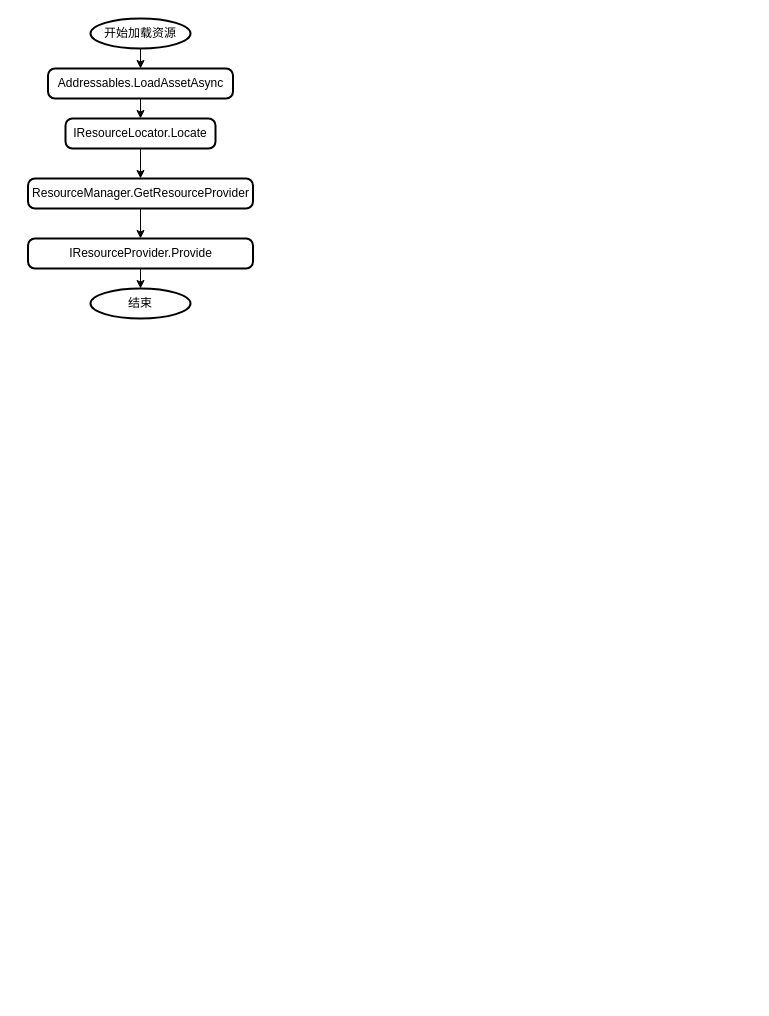
Before: 未命名绘图.drawio in lixiandea/picBed, a draw.io diagram. Source tidied: cells renumbered, new cells numbered last; positions are measured from the earlier drawing's top-left corner, leaving out a move shared by most shapes. Both pictures are drawn from the tidied source at 100%, with x=0, y=0 at pixel (28, 18).
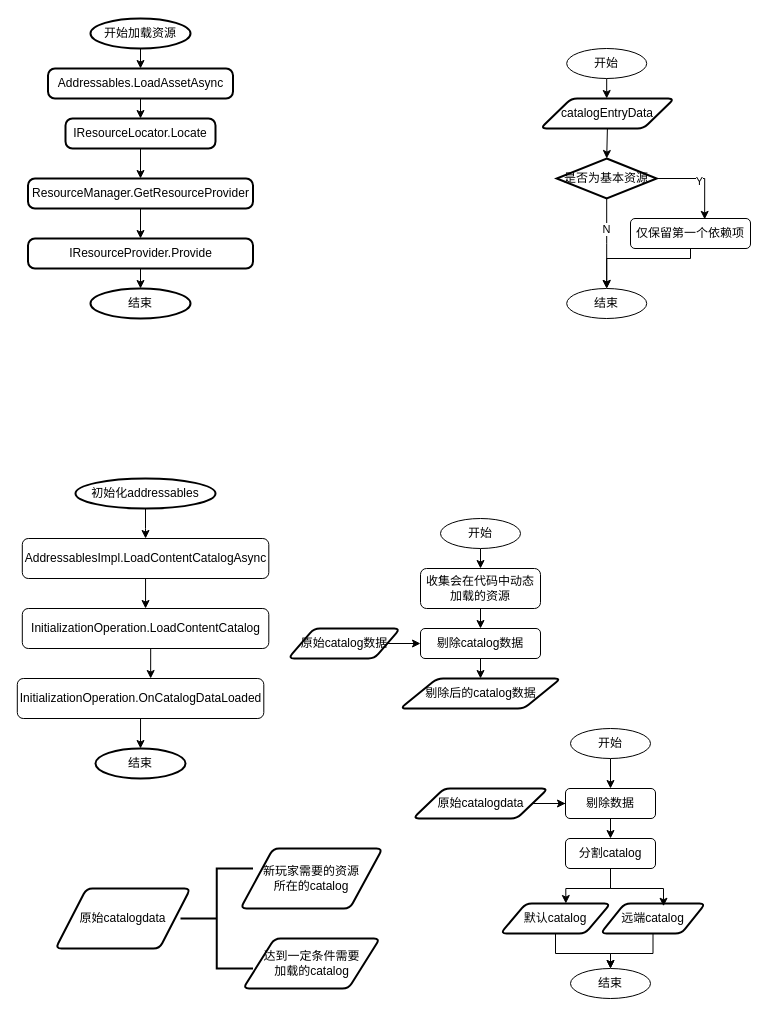
After the change.

Commit message:
更新未命名绘图.drawio

Change to the diagram source:
```diff
@@
+    <mxCell id="13" style="edgeStyle=orthogonalEdgeStyle;rounded=0;jettySize=auto;html=1;exitX=0.5;exitY=1;exitDx=0;exitDy=0;exitPerimeter=0;" parent="1" edge="1" source="14" target="16">
+      <mxGeometry relative="1" as="geometry" />
+    </mxCell>
+    <mxCell id="14" value="初始化addressables" style="strokeWidth=2;html=1;shape=mxgraph.flowchart.start_1;whiteSpace=wrap;" parent="1" vertex="1">
+      <mxGeometry x="47" y="460" width="140" height="30" as="geometry" />
+    </mxCell>
+    <mxCell id="15" style="edgeStyle=orthogonalEdgeStyle;rounded=0;jettySize=auto;html=1;exitX=0.5;exitY=1;exitDx=0;exitDy=0;entryX=0.5;entryY=0;entryDx=0;entryDy=0;" parent="1" edge="1" source="16" target="17">
+      <mxGeometry relative="1" as="geometry" />
+    </mxCell>
+    <mxCell id="16" value="AddressablesImpl.LoadContentCatalogAsync" style="rounded=1;whiteSpace=wrap;html=1;" parent="1" vertex="1">
+      <mxGeometry x="-6.2" y="520" width="246.5" height="40" as="geometry" />
+    </mxCell>
+    <mxCell id="17" value="InitializationOperation.LoadContentCatalog" style="rounded=1;whiteSpace=wrap;html=1;" parent="1" vertex="1">
+      <mxGeometry x="-6.2" y="590" width="246.5" height="40" as="geometry" />
+    </mxCell>
+    <mxCell id="18" value="InitializationOperation.OnCatalogDataLoaded" style="rounded=1;whiteSpace=wrap;html=1;" parent="1" vertex="1">
+      <mxGeometry x="-11.2" y="660" width="246.5" height="40" as="geometry" />
+    </mxCell>
+    <mxCell id="19" value="结束" style="strokeWidth=2;html=1;shape=mxgraph.flowchart.start_1;whiteSpace=wrap;" parent="1" vertex="1">
+      <mxGeometry x="67" y="730" width="90" height="30" as="geometry" />
+    </mxCell>
+    <mxCell id="20" style="edgeStyle=orthogonalEdgeStyle;rounded=0;jettySize=auto;html=1;exitX=0.5;exitY=1;exitDx=0;exitDy=0;entryX=0.541;entryY=0;entryDx=0;entryDy=0;entryPerimeter=0;" parent="1" edge="1" source="17" target="18">
+      <mxGeometry relative="1" as="geometry" />
+    </mxCell>
+    <mxCell id="21" style="edgeStyle=orthogonalEdgeStyle;rounded=0;jettySize=auto;html=1;exitX=0.5;exitY=1;exitDx=0;exitDy=0;entryX=0.5;entryY=0;entryDx=0;entryDy=0;entryPerimeter=0;" parent="1" edge="1" source="18" target="19">
+      <mxGeometry relative="1" as="geometry" />
+    </mxCell>
+    <mxCell id="22" value="原始catalogdata" style="shape=parallelogram;html=1;strokeWidth=2;perimeter=parallelogramPerimeter;whiteSpace=wrap;rounded=1;arcSize=12;size=0.23;" parent="1" vertex="1">
+      <mxGeometry x="27" y="870" width="135" height="60" as="geometry" />
+    </mxCell>
+    <mxCell id="23" style="strokeWidth=2;html=1;shape=mxgraph.flowchart.annotation_2;align=left;labelPosition=right;" parent="1" vertex="1">
+      <mxGeometry x="152" y="850" width="72.5" height="100" as="geometry" />
+    </mxCell>
+    <mxCell id="24" value="新玩家需要的资源&lt;br&gt;所在的catalog" style="shape=parallelogram;html=1;strokeWidth=2;perimeter=parallelogramPerimeter;whiteSpace=wrap;rounded=1;arcSize=12;size=0.23;" parent="1" vertex="1">
+      <mxGeometry x="212" y="830" width="142" height="60" as="geometry" />
+    </mxCell>
+    <mxCell id="25" value="达到一定条件需要&lt;br&gt;加载的catalog" style="shape=parallelogram;html=1;strokeWidth=2;perimeter=parallelogramPerimeter;whiteSpace=wrap;rounded=1;arcSize=12;size=0.23;" parent="1" vertex="1">
+      <mxGeometry x="214.6" y="920" width="136.8" height="50" as="geometry" />
+    </mxCell>
+    <mxCell id="26" style="edgeStyle=orthogonalEdgeStyle;rounded=0;jettySize=auto;html=1;exitX=0.5;exitY=1;exitDx=0;exitDy=0;entryX=0.5;entryY=0;entryDx=0;entryDy=0;" parent="1" edge="1" source="27" target="29">
+      <mxGeometry relative="1" as="geometry" />
+    </mxCell>
+    <mxCell id="27" value="开始" style="ellipse;whiteSpace=wrap;html=1;" parent="1" vertex="1">
+      <mxGeometry x="412" y="500" width="80" height="30" as="geometry" />
+    </mxCell>
+    <mxCell id="28" style="edgeStyle=orthogonalEdgeStyle;rounded=0;jettySize=auto;html=1;exitX=0.5;exitY=1;exitDx=0;exitDy=0;entryX=0.5;entryY=0;entryDx=0;entryDy=0;" parent="1" edge="1" source="29" target="31">
+      <mxGeometry relative="1" as="geometry" />
+    </mxCell>
+    <mxCell id="29" value="收集会在代码中动态加载的资源" style="rounded=1;whiteSpace=wrap;html=1;" parent="1" vertex="1">
+      <mxGeometry x="392" y="550" width="120" height="40" as="geometry" />
+    </mxCell>
+    <mxCell id="30" style="edgeStyle=orthogonalEdgeStyle;rounded=0;jettySize=auto;html=1;exitX=0.5;exitY=1;exitDx=0;exitDy=0;entryX=0.5;entryY=0;entryDx=0;entryDy=0;" parent="1" edge="1" source="31" target="34">
+      <mxGeometry relative="1" as="geometry" />
+    </mxCell>
+    <mxCell id="31" value="剔除catalog数据" style="rounded=1;whiteSpace=wrap;html=1;" parent="1" vertex="1">
+      <mxGeometry x="392" y="610" width="120" height="30" as="geometry" />
+    </mxCell>
+    <mxCell id="32" style="edgeStyle=orthogonalEdgeStyle;rounded=0;jettySize=auto;html=1;exitX=1;exitY=0.5;exitDx=0;exitDy=0;entryX=0;entryY=0.5;entryDx=0;entryDy=0;" parent="1" edge="1" source="33" target="31">
+      <mxGeometry relative="1" as="geometry" />
+    </mxCell>
+    <mxCell id="33" value="原始catalog数据" style="shape=parallelogram;html=1;strokeWidth=2;perimeter=parallelogramPerimeter;whiteSpace=wrap;rounded=1;arcSize=12;size=0.23;" parent="1" vertex="1">
+      <mxGeometry x="259.7" y="610" width="112" height="30" as="geometry" />
+    </mxCell>
+    <mxCell id="34" value="剔除后的catalog数据" style="shape=parallelogram;html=1;strokeWidth=2;perimeter=parallelogramPerimeter;whiteSpace=wrap;rounded=1;arcSize=12;size=0.23;" parent="1" vertex="1">
+      <mxGeometry x="371.7" y="660" width="160.6" height="30" as="geometry" />
+    </mxCell>
+    <mxCell id="35" style="edgeStyle=orthogonalEdgeStyle;rounded=0;jettySize=auto;html=1;" parent="1" edge="1" source="36" target="40">
+      <mxGeometry relative="1" as="geometry" />
+    </mxCell>
+    <mxCell id="36" value="开始" style="ellipse;whiteSpace=wrap;html=1;" parent="1" vertex="1">
+      <mxGeometry x="542" y="710" width="80" height="30" as="geometry" />
+    </mxCell>
+    <mxCell id="37" style="edgeStyle=orthogonalEdgeStyle;rounded=0;jettySize=auto;html=1;exitX=1;exitY=0.5;exitDx=0;exitDy=0;" parent="1" edge="1" source="38" target="40">
+      <mxGeometry relative="1" as="geometry" />
+    </mxCell>
+    <mxCell id="38" value="原始catalogdata" style="shape=parallelogram;html=1;strokeWidth=2;perimeter=parallelogramPerimeter;whiteSpace=wrap;rounded=1;arcSize=12;size=0.23;" parent="1" vertex="1">
+      <mxGeometry x="384.5" y="770" width="135" height="30" as="geometry" />
+    </mxCell>
+    <mxCell id="39" style="edgeStyle=orthogonalEdgeStyle;rounded=0;jettySize=auto;html=1;exitX=0.5;exitY=1;exitDx=0;exitDy=0;entryX=0.5;entryY=0;entryDx=0;entryDy=0;" parent="1" edge="1" source="40" target="41">
+      <mxGeometry relative="1" as="geometry" />
+    </mxCell>
+    <mxCell id="40" value="剔除数据" style="rounded=1;whiteSpace=wrap;html=1;" parent="1" vertex="1">
+      <mxGeometry x="537" y="770" width="90" height="30" as="geometry" />
+    </mxCell>
+    <mxCell id="41" value="分割catalog" style="rounded=1;whiteSpace=wrap;html=1;" parent="1" vertex="1">
+      <mxGeometry x="537" y="820" width="90" height="30" as="geometry" />
+    </mxCell>
+    <mxCell id="42" style="edgeStyle=orthogonalEdgeStyle;rounded=0;jettySize=auto;html=1;exitX=0.5;exitY=1;exitDx=0;exitDy=0;entryX=0.5;entryY=0;entryDx=0;entryDy=0;" parent="1" edge="1" source="43" target="48">
+      <mxGeometry relative="1" as="geometry" />
+    </mxCell>
+    <mxCell id="43" value="默认catalog" style="shape=parallelogram;html=1;strokeWidth=2;perimeter=parallelogramPerimeter;whiteSpace=wrap;rounded=1;arcSize=12;size=0.23;" parent="1" vertex="1">
+      <mxGeometry x="472" y="885" width="110" height="30" as="geometry" />
+    </mxCell>
+    <mxCell id="44" style="edgeStyle=orthogonalEdgeStyle;rounded=0;jettySize=auto;html=1;exitX=0.5;exitY=1;exitDx=0;exitDy=0;entryX=0.5;entryY=0;entryDx=0;entryDy=0;" parent="1" edge="1" source="45" target="48">
+      <mxGeometry relative="1" as="geometry" />
+    </mxCell>
+    <mxCell id="45" value="远端catalog" style="shape=parallelogram;html=1;strokeWidth=2;perimeter=parallelogramPerimeter;whiteSpace=wrap;rounded=1;arcSize=12;size=0.23;" parent="1" vertex="1">
+      <mxGeometry x="572" y="885" width="105" height="30" as="geometry" />
+    </mxCell>
+    <mxCell id="46" style="edgeStyle=orthogonalEdgeStyle;rounded=0;jettySize=auto;html=1;exitX=0.5;exitY=1;exitDx=0;exitDy=0;entryX=0.594;entryY=0;entryDx=0;entryDy=0;entryPerimeter=0;" parent="1" edge="1" source="41" target="43">
+      <mxGeometry relative="1" as="geometry" />
+    </mxCell>
+    <mxCell id="47" style="edgeStyle=orthogonalEdgeStyle;rounded=0;jettySize=auto;html=1;exitX=0.5;exitY=1;exitDx=0;exitDy=0;entryX=0.6;entryY=0.092;entryDx=0;entryDy=0;entryPerimeter=0;" parent="1" edge="1" source="41" target="45">
+      <mxGeometry relative="1" as="geometry" />
+    </mxCell>
+    <mxCell id="48" value="结束" style="ellipse;whiteSpace=wrap;html=1;" parent="1" vertex="1">
+      <mxGeometry x="542" y="950" width="80" height="30" as="geometry" />
+    </mxCell>
+    <mxCell id="49" style="edgeStyle=orthogonalEdgeStyle;rounded=0;jettySize=auto;html=1;" parent="1" edge="1" source="50">
+      <mxGeometry relative="1" as="geometry">
+        <mxPoint x="578" y="80" as="targetPoint" />
+      </mxGeometry>
+    </mxCell>
+    <mxCell id="50" value="开始" style="ellipse;whiteSpace=wrap;html=1;" parent="1" vertex="1">
+      <mxGeometry x="538.2" y="30" width="80" height="30" as="geometry" />
+    </mxCell>
+    <mxCell id="51" value="catalogEntryData" style="shape=parallelogram;html=1;strokeWidth=2;perimeter=parallelogramPerimeter;whiteSpace=wrap;rounded=1;arcSize=12;size=0.23;" parent="1" vertex="1">
+      <mxGeometry x="512" y="80" width="133.8" height="30" as="geometry" />
+    </mxCell>
+    <mxCell id="52" style="edgeStyle=orthogonalEdgeStyle;rounded=0;jettySize=auto;html=1;exitX=0.5;exitY=1;exitDx=0;exitDy=0;exitPerimeter=0;entryX=0.5;entryY=0;entryDx=0;entryDy=0;" parent="1" edge="1" source="56">
+      <mxGeometry relative="1" as="geometry">
+        <mxPoint x="578.2" y="270" as="targetPoint" />
+      </mxGeometry>
+    </mxCell>
+    <mxCell id="53" value="N" style="edgeLabel;html=1;align=center;verticalAlign=middle;" parent="52" vertex="1">
+      <mxGeometry x="-0.34" y="-1" relative="1" as="geometry" />
+    </mxCell>
+    <mxCell id="54" style="edgeStyle=orthogonalEdgeStyle;rounded=0;jettySize=auto;html=1;exitX=1;exitY=0.5;exitDx=0;exitDy=0;exitPerimeter=0;entryX=0.618;entryY=0.029;entryDx=0;entryDy=0;entryPerimeter=0;" parent="1" edge="1" source="56" target="59">
+      <mxGeometry relative="1" as="geometry" />
+    </mxCell>
+    <mxCell id="55" value="Y" style="edgeLabel;html=1;align=center;verticalAlign=middle;" parent="54" vertex="1">
+      <mxGeometry x="-0.05" y="-2" relative="1" as="geometry" />
+    </mxCell>
+    <mxCell id="56" value="是否为基本资源" style="strokeWidth=2;html=1;shape=mxgraph.flowchart.decision;whiteSpace=wrap;" parent="1" vertex="1">
+      <mxGeometry x="528.2" y="140" width="100" height="40" as="geometry" />
+    </mxCell>
+    <mxCell id="57" style="edgeStyle=orthogonalEdgeStyle;rounded=0;jettySize=auto;html=1;exitX=0.5;exitY=1;exitDx=0;exitDy=0;entryX=0.5;entryY=0;entryDx=0;entryDy=0;entryPerimeter=0;" parent="1" edge="1" source="51" target="56">
+      <mxGeometry relative="1" as="geometry" />
+    </mxCell>
+    <mxCell id="58" style="edgeStyle=orthogonalEdgeStyle;rounded=0;jettySize=auto;html=1;exitX=0.5;exitY=1;exitDx=0;exitDy=0;entryX=0.5;entryY=0;entryDx=0;entryDy=0;" parent="1" edge="1" source="59">
+      <mxGeometry relative="1" as="geometry">
+        <mxPoint x="578.2" y="270" as="targetPoint" />
+        <Array as="points">
+          <mxPoint x="662" y="240" />
+          <mxPoint x="578" y="240" />
+        </Array>
+      </mxGeometry>
+    </mxCell>
+    <mxCell id="59" value="仅保留第一个依赖项" style="rounded=1;whiteSpace=wrap;html=1;" parent="1" vertex="1">
+      <mxGeometry x="602" y="200" width="120" height="30" as="geometry" />
+    </mxCell>
+    <mxCell id="60" value="结束" style="ellipse;whiteSpace=wrap;html=1;" parent="1" vertex="1">
+      <mxGeometry x="538.2" y="270" width="80" height="30" as="geometry" />
+    </mxCell>
```
